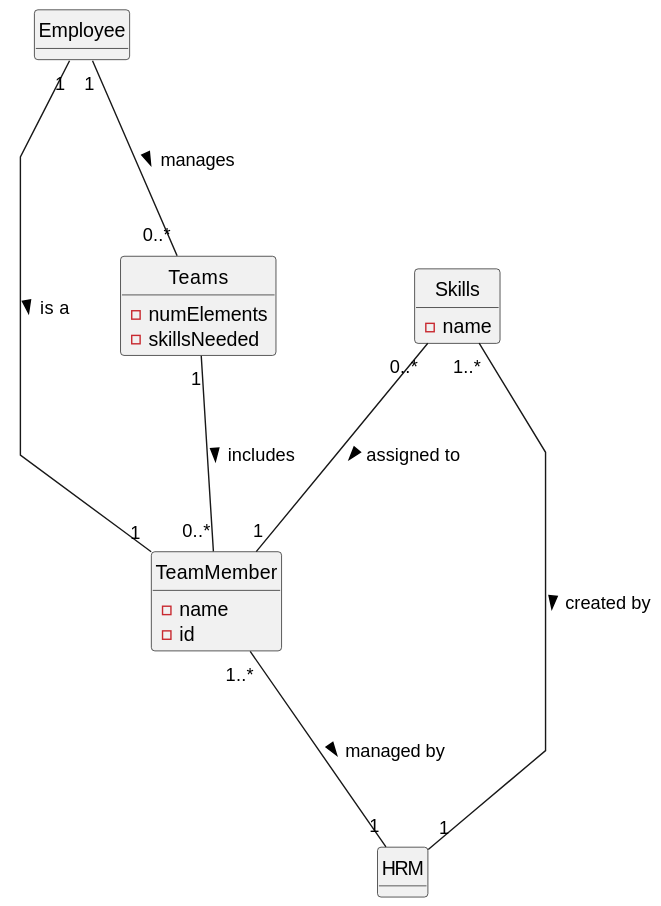
Before: docs/sprintA/us005/02.analysis/svg/us005-domain-model.svg, a diagram exported from PlantUML (Mendoncaa/LAPR2).
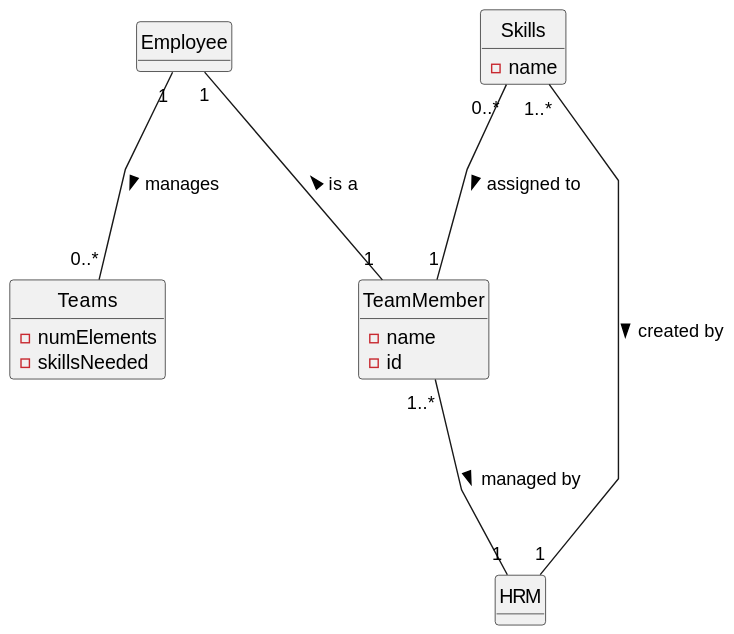
After the change.

Commit message:
US05--> Correction of domain model excerpt

Diff of the diagram source:
```diff
@@ -24,13 +24,11 @@
   - skillsNeeded
 }
 
-Employee "1"---"1" TeamMember : is a >
+Employee "1"---"1" TeamMember : is a <
 Employee "1"---"0..*" Teams : manages >
 
 TeamMember "1..*"---"1" HRM : managed by >
 
 Skills "1..*"---"1" HRM : created by >
 Skills "0..*"---"1" TeamMember : assigned to >
-
-Teams "1"---"0..*" TeamMember : includes >
 @enduml
```
